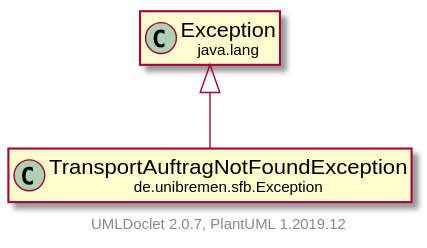
fkehlenb/softwareprojekt-2 keeps this PlantUML diagram as doc/UML/modulsichtSVG/TransportAuftragNotFoundException.svg. Above is the earlier version.
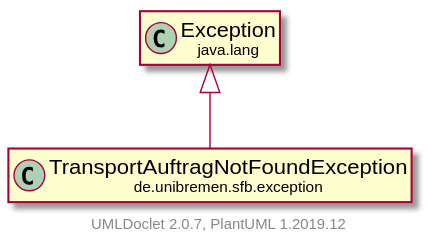
The same diagram one commit later.

What changed in the source:
```diff
@@ -3,11 +3,11 @@
     hide empty fields
     hide empty methods
 
-    class "<size:14>TransportAuftragNotFoundException\n<size:10>de.unibremen.sfb.Exception" as de.unibremen.sfb.Exception.TransportAuftragNotFoundException [[TransportAuftragNotFoundException.html]]
+    class "<size:14>TransportAuftragNotFoundException\n<size:10>de.unibremen.sfb.exception" as de.unibremen.sfb.exception.TransportAuftragNotFoundException [[TransportAuftragNotFoundException.html]]
 
-    class "<size:14>Exception\n<size:10>java.lang" as java.lang.Exception [[https://docs.oracle.com/en/java/javase/11/docs/api/java.base/java/lang/Exception.html?is-external=true]]
+    class "<size:14>exception\n<size:10>java.lang" as java.lang.exception [[https://docs.oracle.com/en/java/javase/11/docs/api/java.base/java/lang/Exception.html?is-external=true]]
 
-    java.lang.Exception <|-- de.unibremen.sfb.Exception.TransportAuftragNotFoundException
+    java.lang.exception <|-- de.unibremen.sfb.exception.TransportAuftragNotFoundException
 
     center footer UMLDoclet 2.0.7, PlantUML 1.2019.12
 @enduml
```
